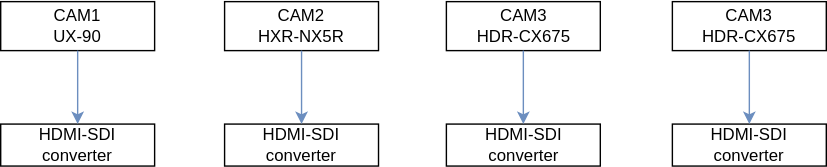
This is drawio-svg/jsys23-eizou-wiring.drawio.svg from dolceWFC/sohosai-eizou-live-wiring, a draw.io export, as it was before one commit. Source tidied: cells renumbered, new cells last; positions are measured from the earlier drawing's top-left corner, leaving out a move shared by most shapes. Source of this version:
```xml
<mxGraphModel>
  <root>
    <mxCell id="0" />
    <mxCell id="1" parent="0" />
    <mxCell id="2" value="CAM2&lt;br&gt;HXR-NX5R" style="text;html=1;strokeColor=default;fillColor=none;align=center;verticalAlign=middle;whiteSpace=wrap;rounded=0;" parent="1" vertex="1">
      <mxGeometry x="160" y="0.5" width="110" height="35" as="geometry" />
    </mxCell>
    <mxCell id="3" value="CAM3&lt;br&gt;HDR-CX675" style="text;html=1;strokeColor=default;fillColor=none;align=center;verticalAlign=middle;whiteSpace=wrap;rounded=0;" parent="1" vertex="1">
      <mxGeometry x="318.5" y="0.5" width="110" height="35" as="geometry" />
    </mxCell>
    <mxCell id="4" value="CAM1&lt;br&gt;UX-90" style="text;html=1;strokeColor=default;fillColor=none;align=center;verticalAlign=middle;whiteSpace=wrap;rounded=0;" parent="1" vertex="1">
      <mxGeometry y="0.5" width="110" height="35" as="geometry" />
    </mxCell>
    <mxCell id="5" value="CAM3&lt;br&gt;HDR-CX675" style="text;html=1;strokeColor=default;fillColor=none;align=center;verticalAlign=middle;whiteSpace=wrap;rounded=0;" parent="1" vertex="1">
      <mxGeometry x="480" y="0.5" width="110" height="35" as="geometry" />
    </mxCell>
    <mxCell id="6" value="HDMI-SDI&lt;br&gt;converter" style="text;html=1;strokeColor=default;fillColor=none;align=center;verticalAlign=middle;whiteSpace=wrap;rounded=0;" parent="1" vertex="1">
      <mxGeometry y="88" width="110" height="30" as="geometry" />
    </mxCell>
    <mxCell id="7" value="HDMI-SDI&lt;br&gt;converter" style="text;html=1;strokeColor=default;fillColor=none;align=center;verticalAlign=middle;whiteSpace=wrap;rounded=0;" parent="1" vertex="1">
      <mxGeometry x="160" y="88" width="110" height="30" as="geometry" />
    </mxCell>
    <mxCell id="8" value="HDMI-SDI&lt;br&gt;converter" style="text;html=1;strokeColor=default;fillColor=none;align=center;verticalAlign=middle;whiteSpace=wrap;rounded=0;" parent="1" vertex="1">
      <mxGeometry x="318.5" y="88" width="110" height="30" as="geometry" />
    </mxCell>
    <mxCell id="9" value="HDMI-SDI&lt;br&gt;converter" style="text;html=1;strokeColor=default;fillColor=none;align=center;verticalAlign=middle;whiteSpace=wrap;rounded=0;" parent="1" vertex="1">
      <mxGeometry x="480" y="88" width="110" height="30" as="geometry" />
    </mxCell>
    <mxCell id="10" style="endArrow=classic;html=1;rounded=0;exitX=0.5;exitY=1;exitDx=0;exitDy=0;entryX=0.5;entryY=0;entryDx=0;entryDy=0;fillColor=#dae8fc;strokeColor=#6c8ebf;" parent="1" edge="1" source="4" target="6">
      <mxGeometry relative="1" as="geometry" />
    </mxCell>
    <mxCell id="11" style="endArrow=classic;html=1;rounded=0;exitX=0.5;exitY=1;exitDx=0;exitDy=0;entryX=0.5;entryY=0;entryDx=0;entryDy=0;fillColor=#dae8fc;strokeColor=#6c8ebf;" parent="1" edge="1" source="2" target="7">
      <mxGeometry relative="1" as="geometry" />
    </mxCell>
    <mxCell id="12" style="endArrow=classic;html=1;rounded=0;exitX=0.5;exitY=1;exitDx=0;exitDy=0;entryX=0.5;entryY=0;entryDx=0;entryDy=0;fillColor=#dae8fc;strokeColor=#6c8ebf;" parent="1" edge="1" source="3" target="8">
      <mxGeometry relative="1" as="geometry" />
    </mxCell>
    <mxCell id="13" style="endArrow=classic;html=1;rounded=0;exitX=0.5;exitY=1;exitDx=0;exitDy=0;entryX=0.5;entryY=0;entryDx=0;entryDy=0;fillColor=#dae8fc;strokeColor=#6c8ebf;" parent="1" edge="1" source="5" target="9">
      <mxGeometry relative="1" as="geometry" />
    </mxCell>
  </root>
</mxGraphModel>
```
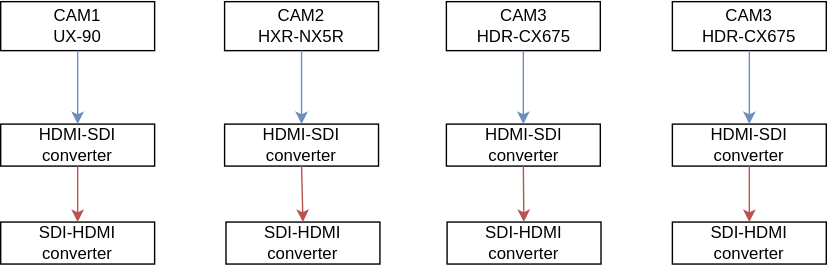
Above is the later version.

Commit message:
jsys23-eizou-wiring.drawio.svg を更新します

The edit, as a diff of the source:
```diff
@@ -38,5 +38,29 @@
     <mxCell id="13" style="endArrow=classic;html=1;rounded=0;exitX=0.5;exitY=1;exitDx=0;exitDy=0;entryX=0.5;entryY=0;entryDx=0;entryDy=0;fillColor=#dae8fc;strokeColor=#6c8ebf;" parent="1" edge="1" source="5" target="9">
       <mxGeometry relative="1" as="geometry" />
     </mxCell>
+    <mxCell id="14" value="SDI-HDMI&lt;br&gt;converter" style="text;html=1;strokeColor=default;fillColor=none;align=center;verticalAlign=middle;whiteSpace=wrap;rounded=0;" parent="1" vertex="1">
+      <mxGeometry y="158" width="110" height="30" as="geometry" />
+    </mxCell>
+    <mxCell id="15" value="SDI-HDMI&lt;br&gt;converter" style="text;html=1;strokeColor=default;fillColor=none;align=center;verticalAlign=middle;whiteSpace=wrap;rounded=0;" parent="1" vertex="1">
+      <mxGeometry x="161" y="158" width="110" height="30" as="geometry" />
+    </mxCell>
+    <mxCell id="16" value="SDI-HDMI&lt;br&gt;converter" style="text;html=1;strokeColor=default;fillColor=none;align=center;verticalAlign=middle;whiteSpace=wrap;rounded=0;" parent="1" vertex="1">
+      <mxGeometry x="319" y="158" width="110" height="30" as="geometry" />
+    </mxCell>
+    <mxCell id="17" value="SDI-HDMI&lt;br&gt;converter" style="text;html=1;strokeColor=default;fillColor=none;align=center;verticalAlign=middle;whiteSpace=wrap;rounded=0;" parent="1" vertex="1">
+      <mxGeometry x="480" y="158" width="110" height="30" as="geometry" />
+    </mxCell>
+    <mxCell id="18" style="endArrow=classic;html=1;rounded=0;entryX=0.5;entryY=0;entryDx=0;entryDy=0;exitX=0.5;exitY=1;exitDx=0;exitDy=0;fillColor=#f8cecc;strokeColor=#b85450;" parent="1" edge="1" source="6" target="14">
+      <mxGeometry relative="1" as="geometry" />
+    </mxCell>
+    <mxCell id="19" style="endArrow=classic;html=1;rounded=0;entryX=0.5;entryY=0;entryDx=0;entryDy=0;exitX=0.5;exitY=1;exitDx=0;exitDy=0;fillColor=#f8cecc;strokeColor=#b85450;" parent="1" edge="1" source="7" target="15">
+      <mxGeometry relative="1" as="geometry" />
+    </mxCell>
+    <mxCell id="20" style="endArrow=classic;html=1;rounded=0;exitX=0.5;exitY=1;exitDx=0;exitDy=0;fillColor=#f8cecc;strokeColor=#b85450;" parent="1" edge="1" source="8" target="16">
+      <mxGeometry relative="1" as="geometry" />
+    </mxCell>
+    <mxCell id="21" style="endArrow=classic;html=1;rounded=0;exitX=0.5;exitY=1;exitDx=0;exitDy=0;fillColor=#f8cecc;strokeColor=#b85450;entryX=0.5;entryY=0;entryDx=0;entryDy=0;" parent="1" edge="1" source="9" target="17">
+      <mxGeometry relative="1" as="geometry" />
+    </mxCell>
   </root>
 </mxGraphModel>
```
